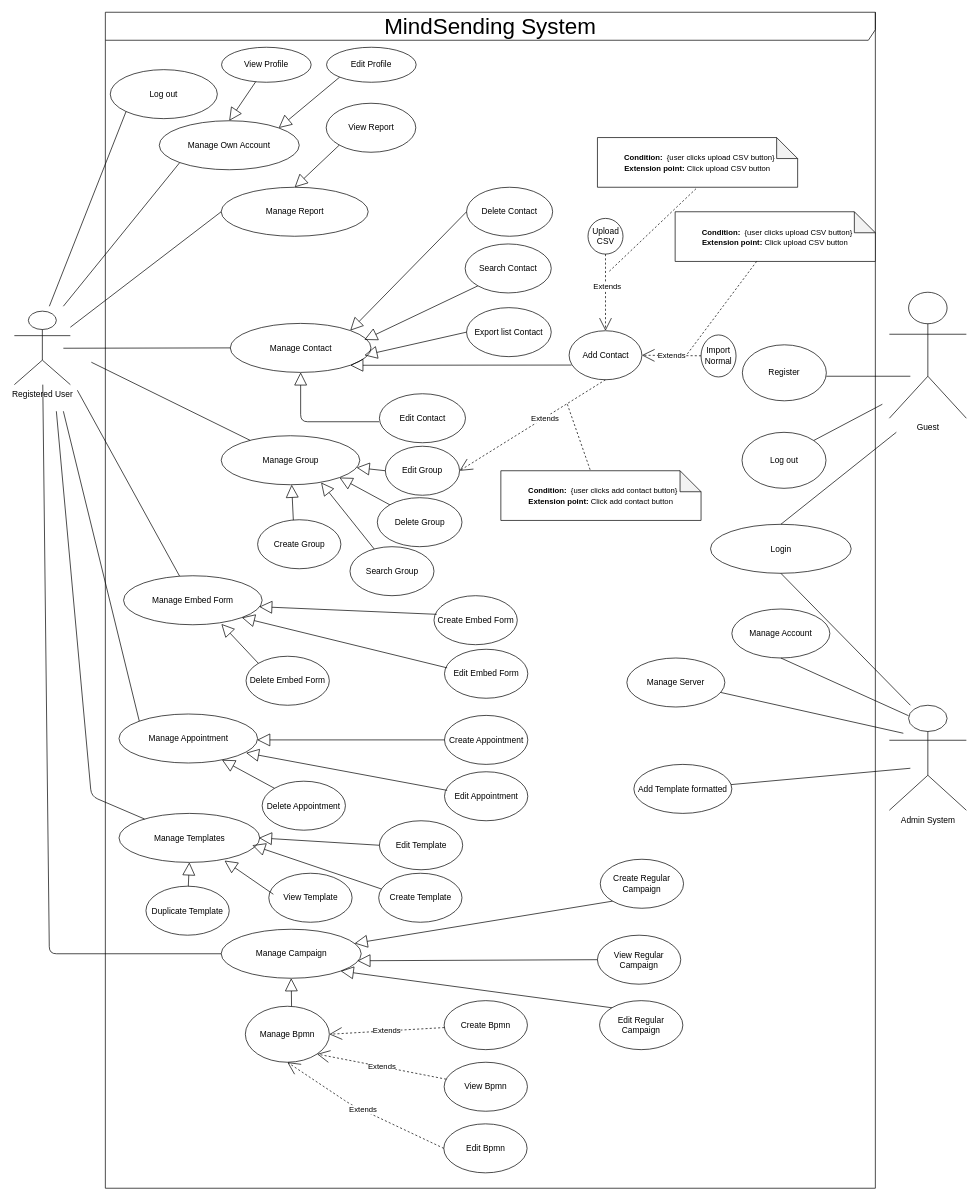
Above: Documents/Diagram/MindSending.drawio in archiskz/EmailMarketing (draw.io), before the change. Source tidied: cells renumbered, new cells numbered last; positions are measured from the earlier drawing's top-left corner, leaving out a move shared by most shapes. Both pictures are drawn from the tidied source at 70%, with x=0, y=0 at pixel (14, 12).
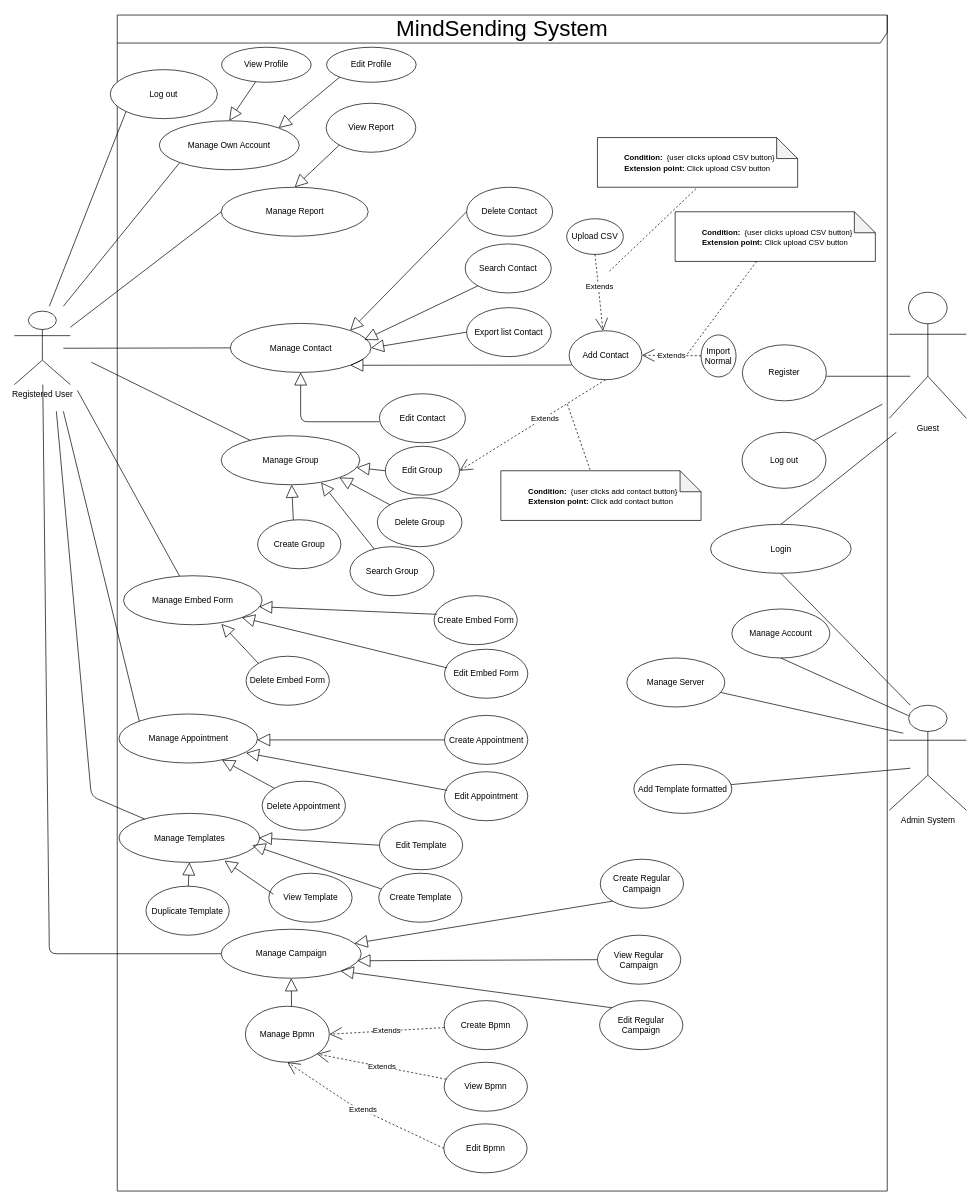
The same diagram, later.

The change refers to these unchanged cells:
```xml
<mxCell id="8" value="Manage Contact" style="ellipse;whiteSpace=wrap;html=1;" parent="1" vertex="1">
  <mxGeometry x="308.5" y="444.5" width="201" height="70" as="geometry" />
</mxCell>
<mxCell id="26" value="Export list Contact" style="ellipse;whiteSpace=wrap;html=1;" parent="1" vertex="1">
  <mxGeometry x="646" y="422" width="121" height="70" as="geometry" />
</mxCell>
```

Change to the diagram source:
```diff
@@
     <mxCell id="2" value="&lt;font style=&quot;font-size: 32px&quot;&gt;MindSending System&lt;/font&gt;" style="shape=umlFrame;whiteSpace=wrap;html=1;width=1100;height=40;" parent="1" vertex="1">
-      <mxGeometry x="130" width="1100" height="1680" as="geometry" />
+      <mxGeometry x="147" y="4" width="1100" height="1680" as="geometry" />
     </mxCell>
@@
-    <mxCell id="39" style="endSize=16;endFill=0;html=1;strokeWidth=1;endArrow=block;startArrow=none;startFill=0;exitX=0;exitY=0.5;exitDx=0;exitDy=0;entryX=0.953;entryY=0.65;entryDx=0;entryDy=0;entryPerimeter=0;" parent="1" edge="1" source="26" target="8">
+    <mxCell id="39" style="endSize=16;endFill=0;html=1;strokeWidth=1;endArrow=block;startArrow=none;startFill=0;exitX=0;exitY=0.5;exitDx=0;exitDy=0;entryX=1;entryY=0.5;entryDx=0;entryDy=0;" parent="1" edge="1" source="26" target="8">
       <mxGeometry relative="1" as="geometry" />
     </mxCell>
@@
     <mxCell id="52" value="Upload CSV" style="ellipse;whiteSpace=wrap;html=1;" parent="1" vertex="1">
-      <mxGeometry x="819.5" y="294.5" width="50" height="51" as="geometry" />
+      <mxGeometry x="789" y="295" width="81" height="51" as="geometry" />
     </mxCell>
```
